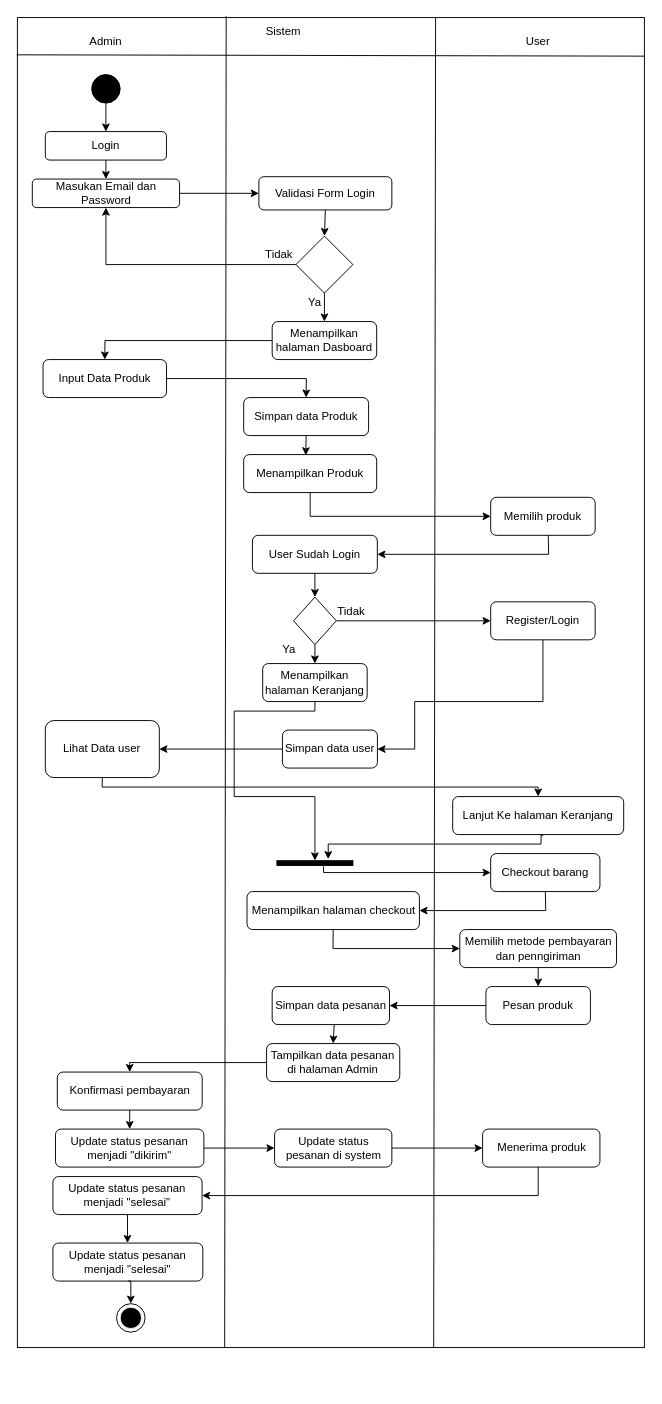
The draw.io diagram Diagram Tanpa Judul.drawio in NesyaAllysaPutri/tutorNesya, before the edit. Source tidied: cells renumbered, new cells numbered last; positions are measured from the earlier drawing's top-left corner, leaving out a move shared by most shapes. Both pictures are drawn from the tidied source at 95%, with x=0, y=0 at pixel (17, 17).
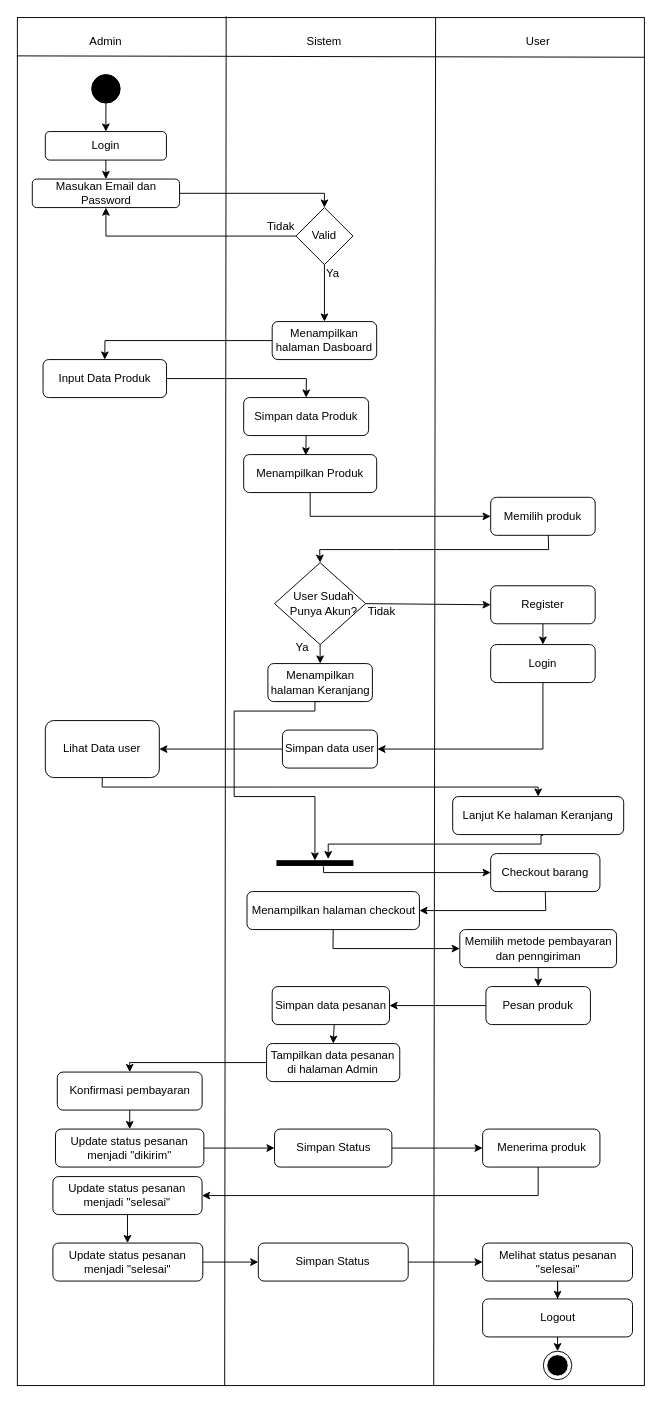
Above is the later version.

The change refers to these unchanged cells:
```xml
<mxCell id="12" value="Masukan Email dan Password" style="rounded=1;whiteSpace=wrap;html=1;" parent="1" vertex="1">
  <mxGeometry x="15.5" y="170" width="155" height="30" as="geometry" />
</mxCell>
<mxCell id="26" value="Memilih produk" style="rounded=1;whiteSpace=wrap;html=1;" parent="1" vertex="1">
  <mxGeometry x="498" y="505" width="110" height="40" as="geometry" />
</mxCell>
<mxCell id="63" value="Update status pesanan menjadi &quot;selesai&quot;" style="rounded=1;whiteSpace=wrap;html=1;" parent="1" vertex="1">
  <mxGeometry x="37.2" y="1290" width="157.8" height="40" as="geometry" />
</mxCell>
<mxCell id="74" value="Simpan data user" style="whiteSpace=wrap;html=1;rounded=1;" parent="1" vertex="1">
  <mxGeometry x="278.8" y="750" width="100" height="40" as="geometry" />
</mxCell>
```

Diff of the diagram source:
```diff
@@
     <mxCell id="2" style="rounded=0;whiteSpace=wrap;html=1;" parent="1" vertex="1">
-      <mxGeometry x="-0.2" width="660" height="1400" as="geometry" />
+      <mxGeometry x="-0.2" width="660" height="1440" as="geometry" />
     </mxCell>
@@
     <mxCell id="5" value="Sistem" style="text;html=1;align=center;verticalAlign=middle;whiteSpace=wrap;rounded=0;" parent="1" vertex="1">
-      <mxGeometry x="249.5" width="60" height="30" as="geometry" />
+      <mxGeometry x="293" y="10" width="60" height="30" as="geometry" />
     </mxCell>
-    <mxCell id="6" style="endArrow=none;html=1;rounded=0;entryX=0.667;entryY=0;entryDx=0;entryDy=0;entryPerimeter=0;" parent="1" edge="1" target="2">
-      <mxGeometry relative="1" as="geometry">
-        <mxPoint x="438" y="1400" as="sourcePoint" />
-      </mxGeometry>
+    <mxCell id="6" style="endArrow=none;html=1;rounded=0;entryX=0.667;entryY=0;entryDx=0;entryDy=0;entryPerimeter=0;exitX=0.664;exitY=1;exitDx=0;exitDy=0;exitPerimeter=0;" parent="1" edge="1" source="2" target="2">
+      <mxGeometry relative="1" as="geometry" />
     </mxCell>
     <mxCell id="7" style="endArrow=none;html=1;rounded=0;entryX=0.333;entryY=-0.001;entryDx=0;entryDy=0;entryPerimeter=0;" parent="1" edge="1" target="2">
       <mxGeometry relative="1" as="geometry">
-        <mxPoint x="218" y="1400" as="sourcePoint" />
+        <mxPoint x="218" y="1440" as="sourcePoint" />
       </mxGeometry>
     </mxCell>
@@
-    <mxCell id="13" value="Validasi Form Login" style="rounded=1;whiteSpace=wrap;html=1;" parent="1" vertex="1">
-      <mxGeometry x="254" y="167.5" width="140" height="35" as="geometry" />
-    </mxCell>
     <mxCell id="14" style="rhombus;whiteSpace=wrap;html=1;" parent="1" vertex="1">
-      <mxGeometry x="293" y="230" width="60" height="60" as="geometry" />
+      <mxGeometry x="293" y="200" width="60" height="60" as="geometry" />
     </mxCell>
@@
-    <mxCell id="16" style="endArrow=classic;html=1;rounded=0;exitX=1;exitY=0.5;exitDx=0;exitDy=0;entryX=0;entryY=0.5;entryDx=0;entryDy=0;" parent="1" edge="1" source="12" target="13">
-      <mxGeometry relative="1" as="geometry" />
+    <mxCell id="16" style="endArrow=classic;html=1;rounded=0;exitX=1;exitY=0.5;exitDx=0;exitDy=0;entryX=0.5;entryY=0;entryDx=0;entryDy=0;" parent="1" edge="1" source="12" target="14">
+      <mxGeometry relative="1" as="geometry">
+        <Array as="points">
+          <mxPoint x="323" y="185" />
+        </Array>
+      </mxGeometry>
     </mxCell>
-    <mxCell id="17" style="endArrow=classic;html=1;rounded=0;exitX=0.5;exitY=1;exitDx=0;exitDy=0;entryX=0.5;entryY=0;entryDx=0;entryDy=0;" parent="1" edge="1" source="13" target="14">
-      <mxGeometry relative="1" as="geometry" />
-    </mxCell>
     <mxCell id="18" style="endArrow=classic;html=1;rounded=0;exitX=0;exitY=0.5;exitDx=0;exitDy=0;entryX=0.5;entryY=1;entryDx=0;entryDy=0;" parent="1" edge="1" source="14" target="12">
       <mxGeometry relative="1" as="geometry">
         <Array as="points">
-          <mxPoint x="93" y="260" />
+          <mxPoint x="93" y="230" />
         </Array>
       </mxGeometry>
     </mxCell>
@@
     <mxCell id="21" value="Ya" style="text;html=1;align=center;verticalAlign=middle;whiteSpace=wrap;rounded=0;" parent="1" vertex="1">
-      <mxGeometry x="298" y="290" width="30" height="20" as="geometry" />
+      <mxGeometry x="317.2" y="260" width="30" height="20" as="geometry" />
     </mxCell>
     <mxCell id="22" value="Tidak" style="text;html=1;align=center;verticalAlign=middle;whiteSpace=wrap;rounded=0;" parent="1" vertex="1">
-      <mxGeometry x="262.1" y="240" width="27" height="20" as="geometry" />
+      <mxGeometry x="263.5" y="210" width="27" height="20" as="geometry" />
     </mxCell>
@@
-    <mxCell id="27" value="User Sudah Login" style="rounded=1;whiteSpace=wrap;html=1;" parent="1" vertex="1">
-      <mxGeometry x="247.2" y="545" width="131.5" height="40" as="geometry" />
-    </mxCell>
@@
-    <mxCell id="30" style="edgeStyle=orthogonalEdgeStyle;rounded=0;jettySize=auto;html=1;exitX=0.5;exitY=1;exitDx=0;exitDy=0;entryX=1;entryY=0.5;entryDx=0;entryDy=0;" parent="1" edge="1" source="31" target="74">
+    <mxCell id="30" style="edgeStyle=orthogonalEdgeStyle;rounded=0;jettySize=auto;html=1;exitX=0.5;exitY=1;exitDx=0;exitDy=0;entryX=1;entryY=0.5;entryDx=0;entryDy=0;" parent="1" edge="1" source="79" target="74">
       <mxGeometry relative="1" as="geometry">
         <Array as="points">
-          <mxPoint x="553" y="720" />
-          <mxPoint x="418" y="720" />
-          <mxPoint x="418" y="770" />
+          <mxPoint x="553" y="682" />
+          <mxPoint x="553" y="770" />
         </Array>
       </mxGeometry>
     </mxCell>
-    <mxCell id="31" value="Register/Login" style="rounded=1;whiteSpace=wrap;html=1;" parent="1" vertex="1">
-      <mxGeometry x="498" y="615" width="110" height="40" as="geometry" />
+    <mxCell id="31" value="Register" style="rounded=1;whiteSpace=wrap;html=1;" parent="1" vertex="1">
+      <mxGeometry x="498" y="598.1" width="110" height="40" as="geometry" />
     </mxCell>
     <mxCell id="32" value="Menampilkan halaman Keranjang" style="rounded=1;whiteSpace=wrap;html=1;" parent="1" vertex="1">
-      <mxGeometry x="258" y="680" width="110" height="40" as="geometry" />
+      <mxGeometry x="263.5" y="680" width="110" height="40" as="geometry" />
     </mxCell>
@@
-    <mxCell id="34" style="endArrow=classic;html=1;rounded=0;entryX=1;entryY=0.5;entryDx=0;entryDy=0;exitX=0.551;exitY=1;exitDx=0;exitDy=0;exitPerimeter=0;" parent="1" edge="1" source="26" target="27">
+    <mxCell id="34" style="endArrow=classic;html=1;rounded=0;entryX=0.5;entryY=0;entryDx=0;entryDy=0;exitX=0.551;exitY=1;exitDx=0;exitDy=0;exitPerimeter=0;" parent="1" edge="1" source="26" target="39">
       <mxGeometry relative="1" as="geometry">
         <Array as="points">
-          <mxPoint x="559" y="565" />
-          <mxPoint x="469" y="565" />
+          <mxPoint x="559" y="560" />
+          <mxPoint x="398" y="560" />
+          <mxPoint x="318" y="560" />
         </Array>
       </mxGeometry>
     </mxCell>
@@
     <mxCell id="39" style="rhombus;whiteSpace=wrap;html=1;" parent="1" vertex="1">
-      <mxGeometry x="290.5" y="610" width="45" height="50" as="geometry" />
+      <mxGeometry x="270.5" y="573.8" width="95.9" height="86.2" as="geometry" />
     </mxCell>
-    <mxCell id="40" style="endArrow=classic;html=1;rounded=0;exitX=0.5;exitY=1;exitDx=0;exitDy=0;entryX=0.5;entryY=0;entryDx=0;entryDy=0;" parent="1" edge="1" source="27" target="39">
-      <mxGeometry relative="1" as="geometry" />
-    </mxCell>
     <mxCell id="41" value="Ya" style="text;html=1;align=center;verticalAlign=middle;whiteSpace=wrap;rounded=0;" parent="1" vertex="1">
-      <mxGeometry x="270.5" y="655" width="30" height="20" as="geometry" />
+      <mxGeometry x="285" y="652.5" width="30" height="20" as="geometry" />
     </mxCell>
     <mxCell id="42" value="Tidak" style="text;html=1;align=center;verticalAlign=middle;whiteSpace=wrap;rounded=0;" parent="1" vertex="1">
-      <mxGeometry x="338" y="615" width="27" height="20" as="geometry" />
+      <mxGeometry x="369.5" y="615" width="27" height="20" as="geometry" />
     </mxCell>
@@
-    <mxCell id="58" value="Update status pesanan di system" style="rounded=1;whiteSpace=wrap;html=1;" parent="1" vertex="1">
+    <mxCell id="58" value="Simpan Status" style="rounded=1;whiteSpace=wrap;html=1;" parent="1" vertex="1">
       <mxGeometry x="270.5" y="1170" width="123.5" height="40" as="geometry" />
     </mxCell>
@@
+    <mxCell id="77" style="edgeStyle=orthogonalEdgeStyle;rounded=0;jettySize=auto;html=1;" parent="1" edge="1" source="63" target="83">
+      <mxGeometry relative="1" as="geometry" />
+    </mxCell>
@@
     <mxCell id="64" style="ellipse;whiteSpace=wrap;html=1;fillColor=#FFFFFF;" parent="1" vertex="1">
-      <mxGeometry x="104.2" y="1353.8" width="30" height="30" as="geometry" />
+      <mxGeometry x="553.4" y="1403.8" width="30" height="30" as="geometry" />
     </mxCell>
-    <mxCell id="65" style="ellipse;whiteSpace=wrap;html=1;fillColor=#000000;strokeColor=#FFFFFF;" parent="1" vertex="1">
-      <mxGeometry x="108" y="1357.5" width="22.5" height="22.5" as="geometry" />
-    </mxCell>
@@
-    <mxCell id="73" style="edgeStyle=orthogonalEdgeStyle;rounded=0;jettySize=auto;html=1;exitX=0.5;exitY=1;exitDx=0;exitDy=0;entryX=0.5;entryY=0;entryDx=0;entryDy=0;" parent="1" edge="1" source="63" target="64">
-      <mxGeometry relative="1" as="geometry">
-        <Array as="points">
-          <mxPoint x="119" y="1330" />
-        </Array>
-      </mxGeometry>
-    </mxCell>
@@
+    <mxCell id="78" value="User Sudah Punya Akun?" style="text;html=1;align=center;verticalAlign=middle;whiteSpace=wrap;rounded=0;" parent="1" vertex="1">
+      <mxGeometry x="285" y="591.9" width="75" height="50" as="geometry" />
+    </mxCell>
+    <mxCell id="79" value="Login" style="rounded=1;whiteSpace=wrap;html=1;" parent="1" vertex="1">
+      <mxGeometry x="498" y="660" width="110" height="40" as="geometry" />
+    </mxCell>
+    <mxCell id="80" style="endArrow=classic;html=1;rounded=0;exitX=0.5;exitY=1;exitDx=0;exitDy=0;" parent="1" edge="1" source="31" target="79">
+      <mxGeometry relative="1" as="geometry" />
+    </mxCell>
+    <mxCell id="81" value="Valid" style="text;html=1;align=center;verticalAlign=middle;whiteSpace=wrap;rounded=0;" parent="1" vertex="1">
+      <mxGeometry x="293" y="215" width="60" height="30" as="geometry" />
+    </mxCell>
+    <mxCell id="82" style="edgeStyle=orthogonalEdgeStyle;rounded=0;jettySize=auto;html=1;" parent="1" edge="1" source="83" target="85">
+      <mxGeometry relative="1" as="geometry" />
+    </mxCell>
+    <mxCell id="83" value="Simpan Status" style="rounded=1;whiteSpace=wrap;html=1;" parent="1" vertex="1">
+      <mxGeometry x="253.4" y="1290" width="157.8" height="40" as="geometry" />
+    </mxCell>
+    <mxCell id="84" style="edgeStyle=orthogonalEdgeStyle;rounded=0;jettySize=auto;html=1;" parent="1" edge="1" source="85" target="87">
+      <mxGeometry relative="1" as="geometry" />
+    </mxCell>
+    <mxCell id="85" value="Melihat status pesanan &quot;selesai&quot;" style="rounded=1;whiteSpace=wrap;html=1;" parent="1" vertex="1">
+      <mxGeometry x="489.5" y="1290" width="157.8" height="40" as="geometry" />
+    </mxCell>
+    <mxCell id="86" style="ellipse;whiteSpace=wrap;html=1;fillColor=#000000;strokeColor=#FFFFFF;" parent="1" vertex="1">
+      <mxGeometry x="557.1" y="1407.5" width="22.5" height="22.5" as="geometry" />
+    </mxCell>
+    <mxCell id="87" value="Logout" style="rounded=1;whiteSpace=wrap;html=1;" parent="1" vertex="1">
+      <mxGeometry x="489.5" y="1348.8" width="157.8" height="40" as="geometry" />
+    </mxCell>
+    <mxCell id="88" style="edgeStyle=orthogonalEdgeStyle;rounded=0;jettySize=auto;html=1;exitX=0.5;exitY=1;exitDx=0;exitDy=0;entryX=0.5;entryY=0;entryDx=0;entryDy=0;" parent="1" edge="1" source="87" target="64">
+      <mxGeometry relative="1" as="geometry" />
+    </mxCell>
```
